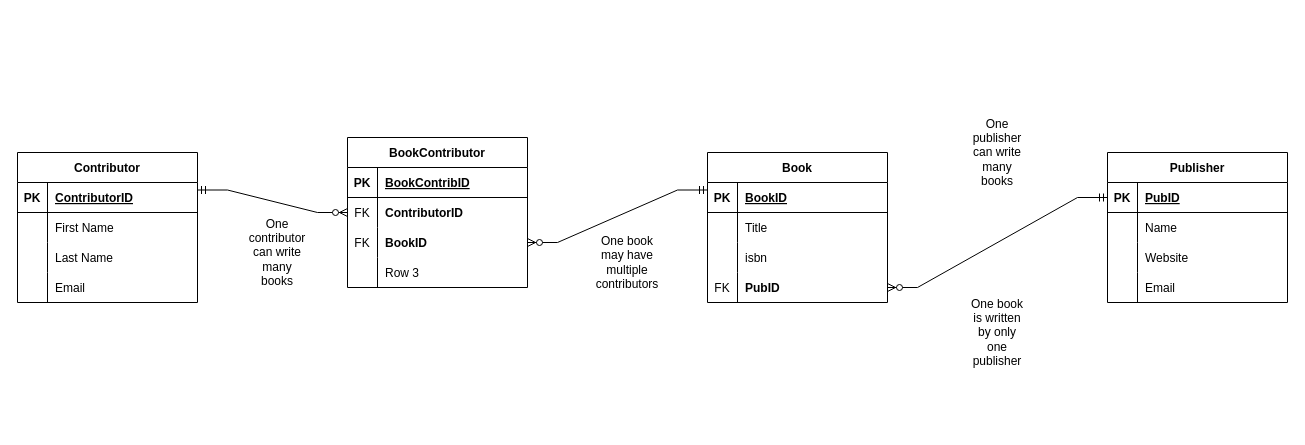
Above: Projects/myDjangoProject/ERD_Bookr.drawio in eddvalles/Django-Project (draw.io), before the change. Source tidied: cells renumbered, new cells numbered last; positions are measured from the earlier drawing's top-left corner, leaving out a move shared by most shapes. Both pictures are drawn from the tidied source at 100%, with x=0, y=0 at pixel (17, 137).
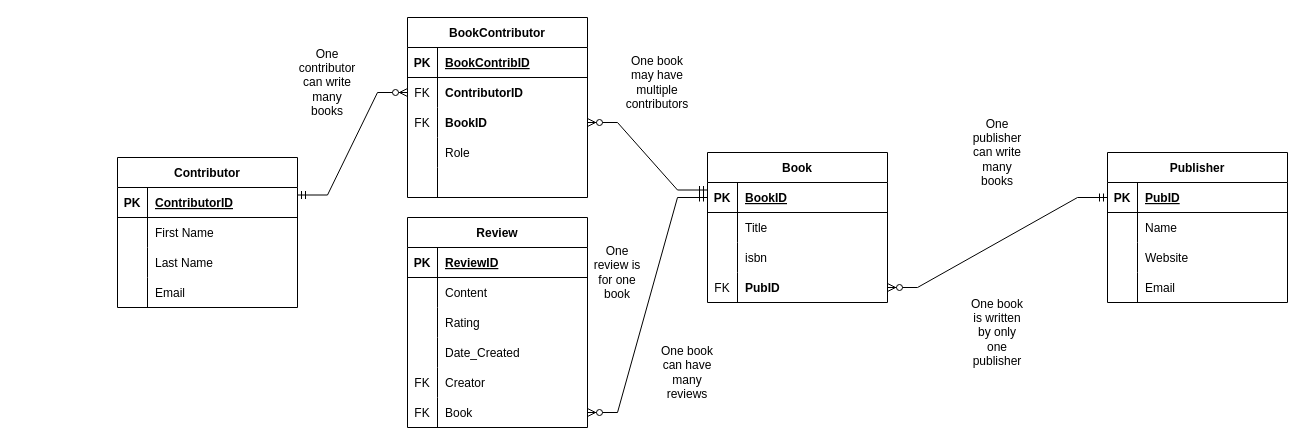
The same page after the edit.

The change refers to these unchanged cells:
```xml
<mxCell id="3" style="shape=tableRow;horizontal=0;startSize=0;swimlaneHead=0;swimlaneBody=0;fillColor=none;points=[[0,0.5],[1,0.5]];portConstraint=eastwest;top=0;left=0;right=0;bottom=1;" parent="2" vertex="1">
  <mxGeometry y="30" width="180" height="30" as="geometry" />
</mxCell>
<mxCell id="52" style="shape=tableRow;horizontal=0;startSize=0;swimlaneHead=0;swimlaneBody=0;fillColor=none;top=0;left=0;right=0;bottom=0;" parent="42" vertex="1">
  <mxGeometry y="120" width="180" height="30" as="geometry" />
</mxCell>
```

The edit, as a diff of the source:
```diff
@@
     <mxCell id="29" value="Contributor" style="shape=table;startSize=30;childLayout=tableLayout;rowLines=0;fontStyle=1;align=center;" parent="1" vertex="1">
-      <mxGeometry y="15" width="180" height="150" as="geometry" />
+      <mxGeometry x="100" y="20" width="180" height="150" as="geometry" />
     </mxCell>
@@
     <mxCell id="42" value="BookContributor" style="shape=table;startSize=30;childLayout=tableLayout;rowLines=0;fontStyle=1;align=center;" parent="1" vertex="1">
-      <mxGeometry x="330" width="180" height="150" as="geometry" />
+      <mxGeometry x="390" y="-120" width="180" height="180" as="geometry" />
     </mxCell>
@@
-    <mxCell id="54" value="Row 3" style="shape=partialRectangle;fillColor=none;top=0;left=0;bottom=0;right=0;align=left;spacingLeft=6;overflow=hidden;" parent="52" vertex="1">
+    <mxCell id="54" value="Role" style="shape=partialRectangle;fillColor=none;top=0;left=0;bottom=0;right=0;align=left;spacingLeft=6;overflow=hidden;" parent="52" vertex="1">
       <mxGeometry x="30" width="150" height="30" as="geometry" />
     </mxCell>
+    <mxCell id="61" style="shape=tableRow;horizontal=0;startSize=0;swimlaneHead=0;swimlaneBody=0;fillColor=none;top=0;left=0;right=0;bottom=0;" parent="42" vertex="1">
+      <mxGeometry y="150" width="180" height="30" as="geometry" />
+    </mxCell>
+    <mxCell id="62" style="shape=partialRectangle;fillColor=none;top=0;left=0;bottom=0;right=0;overflow=hidden;" parent="61" vertex="1">
+      <mxGeometry width="30" height="30" as="geometry" />
+    </mxCell>
+    <mxCell id="63" style="shape=partialRectangle;fillColor=none;top=0;left=0;bottom=0;right=0;align=left;spacingLeft=6;overflow=hidden;" parent="61" vertex="1">
+      <mxGeometry x="30" width="150" height="30" as="geometry" />
+    </mxCell>
@@
     <mxCell id="59" value="One book may have multiple contributors" style="text;html=1;strokeColor=none;fillColor=none;align=center;verticalAlign=middle;whiteSpace=wrap;rounded=0;" parent="1" vertex="1">
-      <mxGeometry x="580" y="110" width="60" height="30" as="geometry" />
+      <mxGeometry x="610" y="-70" width="60" height="30" as="geometry" />
     </mxCell>
     <mxCell id="60" value="One contributor can write many books" style="text;html=1;strokeColor=none;fillColor=none;align=center;verticalAlign=middle;whiteSpace=wrap;rounded=0;" parent="1" vertex="1">
-      <mxGeometry x="230" y="100" width="60" height="30" as="geometry" />
+      <mxGeometry x="280" y="-70" width="60" height="30" as="geometry" />
     </mxCell>
+    <mxCell id="64" value="Review" style="shape=table;startSize=30;childLayout=tableLayout;rowLines=0;fontStyle=1;align=center;" parent="1" vertex="1">
+      <mxGeometry x="390" y="80" width="180" height="210" as="geometry" />
+    </mxCell>
+    <mxCell id="65" style="shape=tableRow;horizontal=0;startSize=0;swimlaneHead=0;swimlaneBody=0;fillColor=none;top=0;left=0;right=0;bottom=1;" parent="64" vertex="1">
+      <mxGeometry y="30" width="180" height="30" as="geometry" />
+    </mxCell>
+    <mxCell id="66" value="PK" style="shape=partialRectangle;fillColor=none;top=0;left=0;bottom=0;right=0;fontStyle=1;overflow=hidden;" parent="65" vertex="1">
+      <mxGeometry width="30" height="30" as="geometry" />
+    </mxCell>
+    <mxCell id="67" value="ReviewID" style="shape=partialRectangle;fillColor=none;top=0;left=0;bottom=0;right=0;align=left;spacingLeft=6;fontStyle=5;overflow=hidden;" parent="65" vertex="1">
+      <mxGeometry x="30" width="150" height="30" as="geometry" />
+    </mxCell>
+    <mxCell id="68" style="shape=tableRow;horizontal=0;startSize=0;swimlaneHead=0;swimlaneBody=0;fillColor=none;top=0;left=0;right=0;bottom=0;" parent="64" vertex="1">
+      <mxGeometry y="60" width="180" height="30" as="geometry" />
+    </mxCell>
+    <mxCell id="69" style="shape=partialRectangle;fillColor=none;top=0;left=0;bottom=0;right=0;overflow=hidden;" parent="68" vertex="1">
+      <mxGeometry width="30" height="30" as="geometry" />
+    </mxCell>
+    <mxCell id="70" value="Content" style="shape=partialRectangle;fillColor=none;top=0;left=0;bottom=0;right=0;align=left;spacingLeft=6;overflow=hidden;" parent="68" vertex="1">
+      <mxGeometry x="30" width="150" height="30" as="geometry" />
+    </mxCell>
+    <mxCell id="71" style="shape=tableRow;horizontal=0;startSize=0;swimlaneHead=0;swimlaneBody=0;fillColor=none;top=0;left=0;right=0;bottom=0;" parent="64" vertex="1">
+      <mxGeometry y="90" width="180" height="30" as="geometry" />
+    </mxCell>
+    <mxCell id="72" style="shape=partialRectangle;fillColor=none;top=0;left=0;bottom=0;right=0;overflow=hidden;" parent="71" vertex="1">
+      <mxGeometry width="30" height="30" as="geometry" />
+    </mxCell>
+    <mxCell id="73" value="Rating" style="shape=partialRectangle;fillColor=none;top=0;left=0;bottom=0;right=0;align=left;spacingLeft=6;overflow=hidden;" parent="71" vertex="1">
+      <mxGeometry x="30" width="150" height="30" as="geometry" />
+    </mxCell>
+    <mxCell id="74" style="shape=tableRow;horizontal=0;startSize=0;swimlaneHead=0;swimlaneBody=0;fillColor=none;top=0;left=0;right=0;bottom=0;" parent="64" vertex="1">
+      <mxGeometry y="120" width="180" height="30" as="geometry" />
+    </mxCell>
+    <mxCell id="75" style="shape=partialRectangle;fillColor=none;top=0;left=0;bottom=0;right=0;overflow=hidden;" parent="74" vertex="1">
+      <mxGeometry width="30" height="30" as="geometry" />
+    </mxCell>
+    <mxCell id="76" value="Date_Created" style="shape=partialRectangle;fillColor=none;top=0;left=0;bottom=0;right=0;align=left;spacingLeft=6;overflow=hidden;" parent="74" vertex="1">
+      <mxGeometry x="30" width="150" height="30" as="geometry" />
+    </mxCell>
+    <mxCell id="77" style="shape=tableRow;horizontal=0;startSize=0;swimlaneHead=0;swimlaneBody=0;fillColor=none;top=0;left=0;right=0;bottom=0;" parent="64" vertex="1">
+      <mxGeometry y="150" width="180" height="30" as="geometry" />
+    </mxCell>
+    <mxCell id="78" value="FK" style="shape=partialRectangle;fillColor=none;top=0;left=0;bottom=0;right=0;overflow=hidden;" parent="77" vertex="1">
+      <mxGeometry width="30" height="30" as="geometry" />
+    </mxCell>
+    <mxCell id="79" value="Creator" style="shape=partialRectangle;fillColor=none;top=0;left=0;bottom=0;right=0;align=left;spacingLeft=6;overflow=hidden;" parent="77" vertex="1">
+      <mxGeometry x="30" width="150" height="30" as="geometry" />
+    </mxCell>
+    <mxCell id="80" style="shape=tableRow;horizontal=0;startSize=0;swimlaneHead=0;swimlaneBody=0;fillColor=none;points=[[0,0.5],[1,0.5]];portConstraint=eastwest;top=0;left=0;right=0;bottom=0;" parent="64" vertex="1">
+      <mxGeometry y="180" width="180" height="30" as="geometry" />
+    </mxCell>
+    <mxCell id="81" value="FK" style="shape=partialRectangle;fillColor=none;top=0;left=0;bottom=0;right=0;overflow=hidden;" parent="80" vertex="1">
+      <mxGeometry width="30" height="30" as="geometry" />
+    </mxCell>
+    <mxCell id="82" value="Book" style="shape=partialRectangle;fillColor=none;top=0;left=0;bottom=0;right=0;align=left;spacingLeft=6;overflow=hidden;" parent="80" vertex="1">
+      <mxGeometry x="30" width="150" height="30" as="geometry" />
+    </mxCell>
+    <mxCell id="83" style="edgeStyle=entityRelationEdgeStyle;fontSize=12;html=1;endArrow=ERzeroToMany;startArrow=ERmandOne;rounded=0;entryX=1;entryY=0.5;entryDx=0;entryDy=0;exitX=0;exitY=0.5;exitDx=0;exitDy=0;" parent="1" edge="1" source="3" target="80">
+      <mxGeometry relative="1" as="geometry" />
+    </mxCell>
+    <mxCell id="84" value="One review is for one book" style="text;html=1;strokeColor=none;fillColor=none;align=center;verticalAlign=middle;whiteSpace=wrap;rounded=0;" parent="1" vertex="1">
+      <mxGeometry x="570" y="120" width="60" height="30" as="geometry" />
+    </mxCell>
+    <mxCell id="85" value="One book can have many reviews" style="text;html=1;strokeColor=none;fillColor=none;align=center;verticalAlign=middle;whiteSpace=wrap;rounded=0;" parent="1" vertex="1">
+      <mxGeometry x="640" y="220" width="60" height="30" as="geometry" />
+    </mxCell>
```
